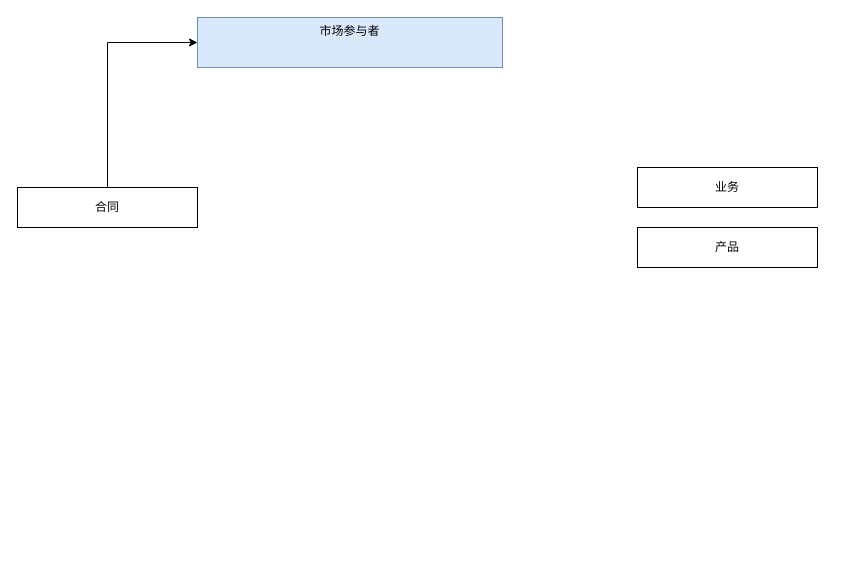
gotrade/gotrade keeps this draw.io diagram as page "Authority" (5 of 6) of 交易系统升级流图 (2).drawio. Above is the earlier version. Source tidied: cells renumbered, new cells numbered last; positions are measured from the earlier drawing's top-left corner, leaving out a move shared by most shapes. Both pictures are drawn from the tidied source at 100%, with x=0, y=0 at pixel (17, 17).
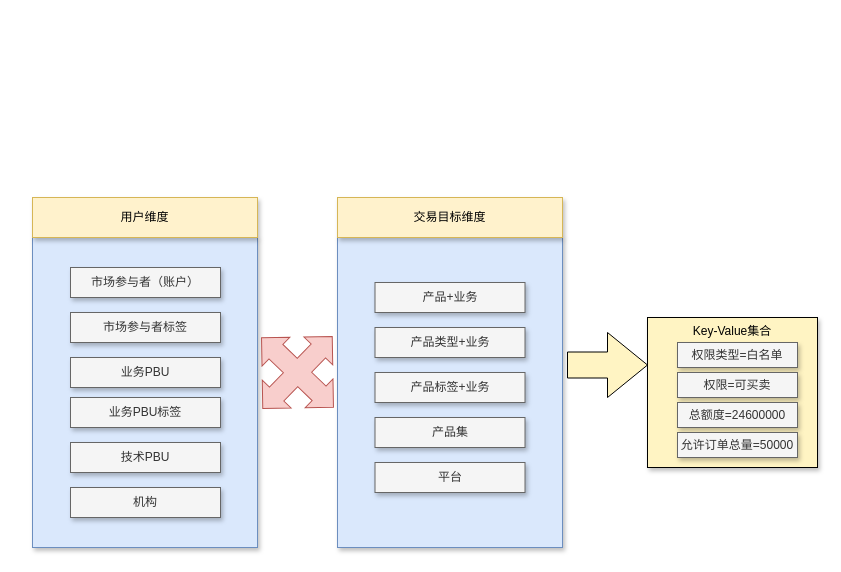
The same page after the edit.

What changed in the source:
```diff
@@
-    <mxCell id="2" value="市场参与者" style="rounded=0;whiteSpace=wrap;html=1;verticalAlign=top;fillColor=#dae8fc;strokeColor=#6c8ebf;" parent="1" vertex="1">
-      <mxGeometry x="180" width="305" height="50" as="geometry" />
-    </mxCell>
-    <mxCell id="3" value="产品" style="rounded=0;whiteSpace=wrap;html=1;fontColor=none;verticalAlign=middle;" parent="1" vertex="1">
-      <mxGeometry x="620" y="210" width="180" height="40" as="geometry" />
-    </mxCell>
-    <mxCell id="4" value="&lt;p&gt;&lt;span dir=&quot;LTR&quot;&gt;&lt;font face=&quot;华文宋体&quot;&gt;业务&lt;/font&gt;&lt;/span&gt;&lt;/p&gt;" style="rounded=0;whiteSpace=wrap;html=1;fontColor=none;verticalAlign=middle;" parent="1" vertex="1">
-      <mxGeometry x="620" y="150" width="180" height="40" as="geometry" />
-    </mxCell>
-    <mxCell id="5" style="edgeStyle=orthogonalEdgeStyle;rounded=0;jettySize=auto;html=1;exitX=0.5;exitY=0;exitDx=0;exitDy=0;entryX=0;entryY=0.5;entryDx=0;entryDy=0;fontColor=none;" parent="1" edge="1" source="6" target="2">
-      <mxGeometry relative="1" as="geometry" />
-    </mxCell>
-    <mxCell id="6" value="&lt;p&gt;&lt;span dir=&quot;LTR&quot;&gt;&lt;font face=&quot;华文宋体&quot;&gt;合同&lt;/font&gt;&lt;/span&gt;&lt;/p&gt;" style="rounded=0;whiteSpace=wrap;html=1;fontColor=none;verticalAlign=middle;" parent="1" vertex="1">
-      <mxGeometry y="170" width="180" height="40" as="geometry" />
-    </mxCell>
+    <mxCell id="7" style="rounded=0;whiteSpace=wrap;html=1;shadow=1;fillColor=#dae8fc;strokeColor=#6c8ebf;" parent="1" vertex="1">
+      <mxGeometry x="320" y="220" width="225" height="310" as="geometry" />
+    </mxCell>
+    <mxCell id="8" value="交易目标维度" style="rounded=0;whiteSpace=wrap;html=1;shadow=1;fillColor=#fff2cc;strokeColor=#d6b656;" parent="1" vertex="1">
+      <mxGeometry x="320" y="180" width="225" height="40" as="geometry" />
+    </mxCell>
+    <mxCell id="9" style="rounded=0;whiteSpace=wrap;html=1;shadow=1;fillColor=#dae8fc;strokeColor=#6c8ebf;" parent="1" vertex="1">
+      <mxGeometry x="15" y="220" width="225" height="310" as="geometry" />
+    </mxCell>
+    <mxCell id="10" value="&lt;p&gt;&lt;span&gt;&lt;font face=&quot;STsong&quot;&gt;市场参与者（账户）&lt;/font&gt;&lt;/span&gt;&lt;/p&gt;" style="rounded=0;whiteSpace=wrap;html=1;shadow=1;fillColor=#f5f5f5;strokeColor=#666666;fontColor=#333333;" parent="1" vertex="1">
+      <mxGeometry x="53" y="250" width="150" height="30" as="geometry" />
+    </mxCell>
+    <mxCell id="11" value="&lt;p&gt;&lt;span&gt;&lt;font face=&quot;STsong&quot;&gt;市场参与者&lt;/font&gt;&lt;/span&gt;&lt;span&gt;标签&lt;/span&gt;&lt;/p&gt;" style="rounded=0;whiteSpace=wrap;html=1;shadow=1;fillColor=#f5f5f5;strokeColor=#666666;fontColor=#333333;" parent="1" vertex="1">
+      <mxGeometry x="53" y="295" width="150" height="30" as="geometry" />
+    </mxCell>
+    <mxCell id="12" value="&lt;p&gt;&lt;/p&gt;&lt;p&gt;&lt;span&gt;&lt;font face=&quot;STsong&quot;&gt;业务&lt;/font&gt;PBU&lt;/span&gt;&lt;/p&gt;" style="rounded=0;whiteSpace=wrap;html=1;shadow=1;fillColor=#f5f5f5;strokeColor=#666666;fontColor=#333333;" parent="1" vertex="1">
+      <mxGeometry x="53" y="340" width="150" height="30" as="geometry" />
+    </mxCell>
+    <mxCell id="13" value="&lt;p&gt;&lt;/p&gt;&lt;p&gt;&lt;/p&gt;&lt;p&gt;&lt;span&gt;&lt;font face=&quot;STsong&quot;&gt;业务&lt;/font&gt;PBU标签&lt;/span&gt;&lt;/p&gt;" style="rounded=0;whiteSpace=wrap;html=1;shadow=1;fillColor=#f5f5f5;strokeColor=#666666;fontColor=#333333;" parent="1" vertex="1">
+      <mxGeometry x="53" y="380" width="150" height="30" as="geometry" />
+    </mxCell>
+    <mxCell id="14" value="&lt;p&gt;&lt;/p&gt;&lt;p&gt;&lt;/p&gt;&lt;p&gt;&lt;/p&gt;&lt;p&gt;&lt;span&gt;&lt;font face=&quot;STsong&quot;&gt;技术&lt;/font&gt;PBU&lt;/span&gt;&lt;/p&gt;" style="rounded=0;whiteSpace=wrap;html=1;shadow=1;fillColor=#f5f5f5;strokeColor=#666666;fontColor=#333333;" parent="1" vertex="1">
+      <mxGeometry x="53" y="425" width="150" height="30" as="geometry" />
+    </mxCell>
+    <mxCell id="15" value="&lt;p&gt;&lt;/p&gt;&lt;p&gt;&lt;/p&gt;&lt;p&gt;&lt;/p&gt;&lt;p&gt;&lt;font face=&quot;STsong&quot;&gt;机构&lt;/font&gt;&lt;/p&gt;" style="rounded=0;whiteSpace=wrap;html=1;shadow=1;fillColor=#f5f5f5;strokeColor=#666666;fontColor=#333333;" parent="1" vertex="1">
+      <mxGeometry x="53" y="470" width="150" height="30" as="geometry" />
+    </mxCell>
+    <mxCell id="16" value="&lt;p&gt;&lt;/p&gt;&lt;p&gt;&lt;span&gt;&lt;font face=&quot;STsong&quot;&gt;产品&lt;/font&gt;+业务&lt;/span&gt;&lt;/p&gt;" style="rounded=0;whiteSpace=wrap;html=1;shadow=1;fillColor=#f5f5f5;strokeColor=#666666;fontColor=#333333;" parent="1" vertex="1">
+      <mxGeometry x="357.5" y="265" width="150" height="30" as="geometry" />
+    </mxCell>
+    <mxCell id="17" value="&lt;p&gt;&lt;/p&gt;&lt;p&gt;&lt;span&gt;&lt;font face=&quot;STsong&quot;&gt;产品类型&lt;/font&gt;+业务&lt;/span&gt;&lt;/p&gt;" style="rounded=0;whiteSpace=wrap;html=1;shadow=1;fillColor=#f5f5f5;strokeColor=#666666;fontColor=#333333;" parent="1" vertex="1">
+      <mxGeometry x="357.5" y="310" width="150" height="30" as="geometry" />
+    </mxCell>
+    <mxCell id="18" value="&lt;p&gt;&lt;/p&gt;&lt;p&gt;&lt;/p&gt;&lt;p&gt;&lt;span&gt;&lt;font face=&quot;STsong&quot;&gt;产品标签&lt;/font&gt;+业务&lt;/span&gt;&lt;/p&gt;" style="rounded=0;whiteSpace=wrap;html=1;shadow=1;fillColor=#f5f5f5;strokeColor=#666666;fontColor=#333333;" parent="1" vertex="1">
+      <mxGeometry x="357.5" y="355" width="150" height="30" as="geometry" />
+    </mxCell>
+    <mxCell id="19" value="&lt;p&gt;&lt;/p&gt;&lt;p&gt;&lt;/p&gt;&lt;p&gt;&lt;/p&gt;&lt;p&gt;&lt;span&gt;&lt;font face=&quot;STsong&quot;&gt;产品集&lt;/font&gt;&lt;/span&gt;&lt;/p&gt;" style="rounded=0;whiteSpace=wrap;html=1;shadow=1;fillColor=#f5f5f5;strokeColor=#666666;fontColor=#333333;" parent="1" vertex="1">
+      <mxGeometry x="357.5" y="400" width="150" height="30" as="geometry" />
+    </mxCell>
+    <mxCell id="20" value="&lt;p&gt;&lt;/p&gt;&lt;p&gt;&lt;/p&gt;&lt;p&gt;&lt;/p&gt;&lt;p&gt;&lt;/p&gt;&lt;p&gt;&lt;font face=&quot;STsong&quot;&gt;平台&lt;/font&gt;&lt;/p&gt;" style="rounded=0;whiteSpace=wrap;html=1;shadow=1;fillColor=#f5f5f5;strokeColor=#666666;fontColor=#333333;" parent="1" vertex="1">
+      <mxGeometry x="357.5" y="445" width="150" height="30" as="geometry" />
+    </mxCell>
+    <mxCell id="21" value="用户维度" style="rounded=0;whiteSpace=wrap;html=1;shadow=1;fillColor=#fff2cc;strokeColor=#d6b656;" parent="1" vertex="1">
+      <mxGeometry x="15" y="180" width="225" height="40" as="geometry" />
+    </mxCell>
+    <mxCell id="22" style="html=1;shadow=0;dashed=0;align=center;verticalAlign=middle;shape=mxgraph.arrows2.quadArrow;dy=10;dx=20;notch=24;arrowHead=10;fillColor=#f8cecc;rotation=44;strokeColor=#b85450;" parent="1" vertex="1">
+      <mxGeometry x="230" y="305" width="100" height="100" as="geometry" />
+    </mxCell>
+    <mxCell id="23" style="html=1;shadow=0;dashed=0;align=center;verticalAlign=middle;shape=mxgraph.arrows2.arrow;dy=0.6;dx=40;notch=0;fillColor=#FFF4C3;" parent="1" vertex="1">
+      <mxGeometry x="550" y="315" width="80" height="65" as="geometry" />
+    </mxCell>
+    <mxCell id="24" value="Key-Value集合" style="rounded=0;whiteSpace=wrap;html=1;shadow=1;fillColor=#FFF4C3;verticalAlign=top;" parent="1" vertex="1">
+      <mxGeometry x="630" y="300" width="170" height="150" as="geometry" />
+    </mxCell>
+    <mxCell id="25" value="权限类型=白名单" style="rounded=0;whiteSpace=wrap;html=1;shadow=1;fillColor=#f5f5f5;strokeColor=#666666;fontColor=#333333;" parent="1" vertex="1">
+      <mxGeometry x="660" y="325" width="120" height="25" as="geometry" />
+    </mxCell>
+    <mxCell id="26" value="权限=可买卖" style="rounded=0;whiteSpace=wrap;html=1;shadow=1;fillColor=#f5f5f5;strokeColor=#666666;fontColor=#333333;" parent="1" vertex="1">
+      <mxGeometry x="660" y="355" width="120" height="25" as="geometry" />
+    </mxCell>
+    <mxCell id="27" value="总额度=24600000" style="rounded=0;whiteSpace=wrap;html=1;shadow=1;fillColor=#f5f5f5;strokeColor=#666666;fontColor=#333333;" parent="1" vertex="1">
+      <mxGeometry x="660" y="385" width="120" height="25" as="geometry" />
+    </mxCell>
+    <mxCell id="28" value="允许订单总量=50000" style="rounded=0;whiteSpace=wrap;html=1;shadow=1;fillColor=#f5f5f5;strokeColor=#666666;fontColor=#333333;" parent="1" vertex="1">
+      <mxGeometry x="660" y="415" width="120" height="25" as="geometry" />
+    </mxCell>
```
